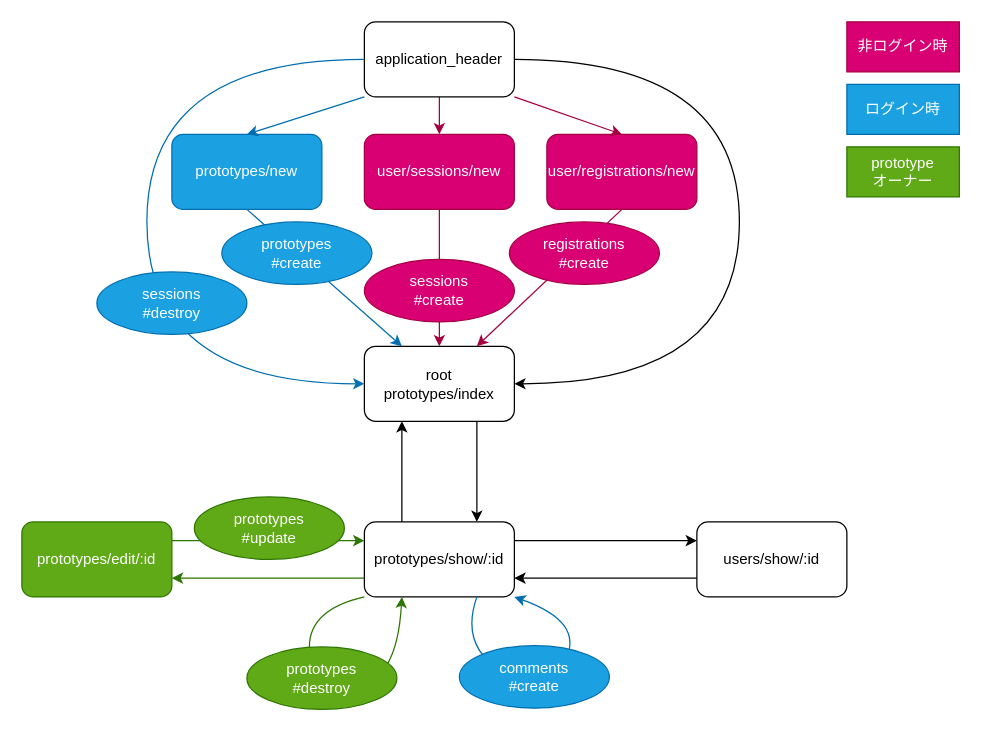
The draw.io diagram Screen_Transition.dio in Ryo390/protospace-161-chiikawa, before the edit. Source tidied: cells renumbered, new cells numbered last; positions are measured from the earlier drawing's top-left corner, leaving out a move shared by most shapes. Both pictures are drawn from the tidied source at 125%, with x=0, y=0 at pixel (21, 21).
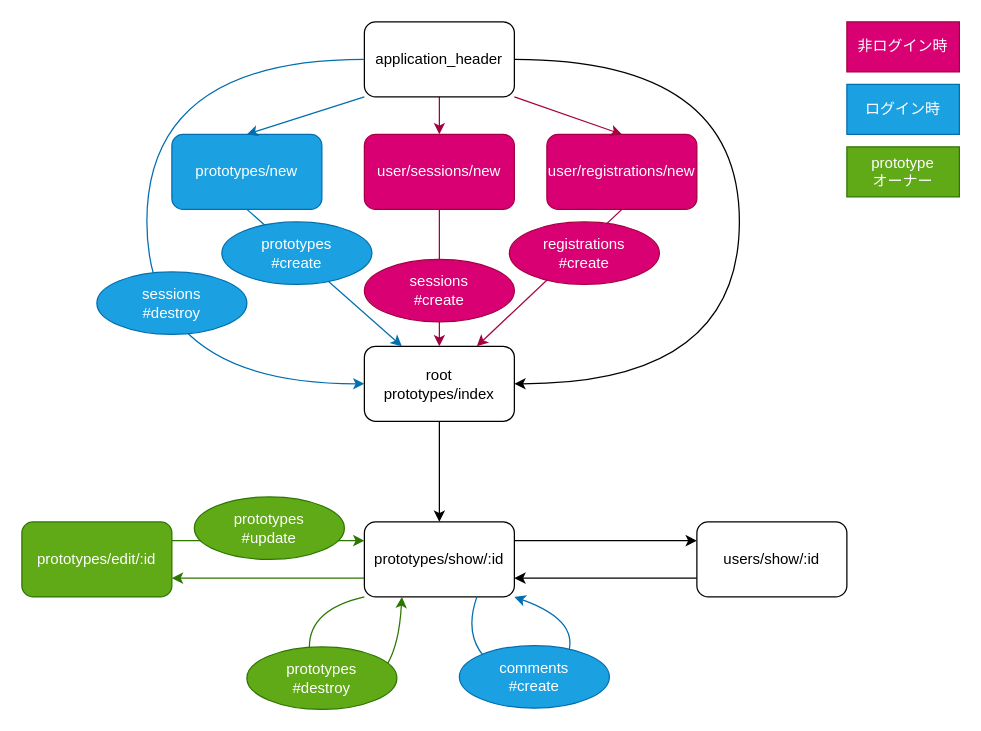
Above is the later version.

Commit message:
prototypes#showから#indexの遷移を削除

Unchanged cells that the change refers to:
```xml
<mxCell id="2" value="root&lt;br&gt;prototypes/index" style="rounded=1;whiteSpace=wrap;html=1;" parent="1" vertex="1">
  <mxGeometry x="274" y="259.5" width="120" height="60" as="geometry" />
</mxCell>
<mxCell id="8" value="prototypes/show/:id" style="rounded=1;whiteSpace=wrap;html=1;" parent="1" vertex="1">
  <mxGeometry x="274" y="400" width="120" height="60" as="geometry" />
</mxCell>
```

Diff of the diagram source:
```diff
@@
-    <mxCell id="7" style="edgeStyle=orthogonalEdgeStyle;curved=1;html=1;exitX=0.25;exitY=0;exitDx=0;exitDy=0;entryX=0.25;entryY=1;entryDx=0;entryDy=0;" parent="1" edge="1" source="8" target="2">
-      <mxGeometry relative="1" as="geometry" />
-    </mxCell>
@@
-    <mxCell id="30" style="edgeStyle=none;html=1;exitX=0.75;exitY=1;exitDx=0;exitDy=0;entryX=0.75;entryY=0;entryDx=0;entryDy=0;" parent="1" edge="1" source="2" target="8">
+    <mxCell id="30" style="edgeStyle=none;html=1;exitX=0.5;exitY=1;exitDx=0;exitDy=0;entryX=0.5;entryY=0;entryDx=0;entryDy=0;" parent="1" edge="1" source="2" target="8">
       <mxGeometry relative="1" as="geometry" />
     </mxCell>
```
